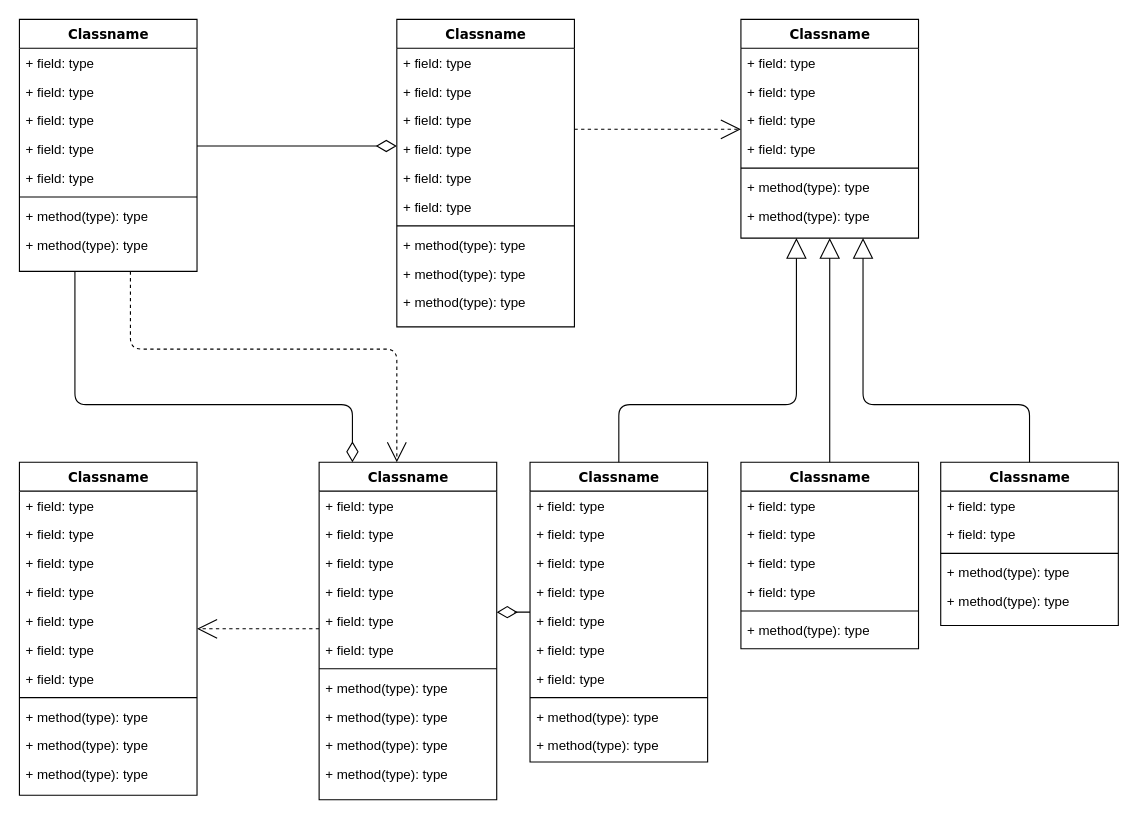
Above: Untitled Diagram.drawio in 974steph/draw.io (draw.io), before the change. Source tidied: cells renumbered, new cells numbered last; positions are measured from the earlier drawing's top-left corner, leaving out a move shared by most shapes. Both pictures are drawn from the tidied source at 111%, with x=0, y=0 at pixel (19, 19).
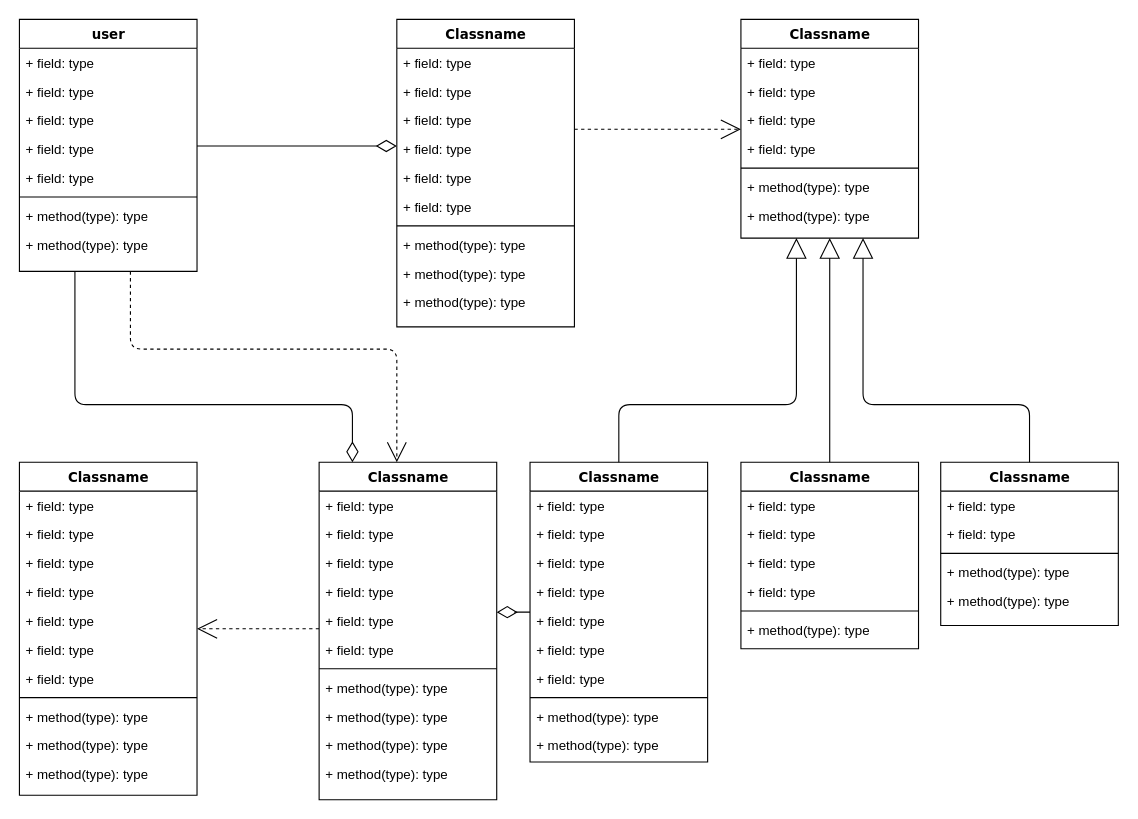
The same page after the edit.

The edit, as a diff of the source:
```diff
@@
-    <mxCell id="4" value="Classname" style="swimlane;html=1;fontStyle=1;align=center;verticalAlign=top;horizontal=1;startSize=26;swimlaneFillColor=#ffffff;rounded=0;shadow=0;comic=0;labelBackgroundColor=none;strokeWidth=1;fillColor=none;fontFamily=Verdana;fontSize=12;" parent="1" vertex="1">
+    <mxCell id="4" value="user" style="swimlane;html=1;fontStyle=1;align=center;verticalAlign=top;horizontal=1;startSize=26;swimlaneFillColor=#ffffff;rounded=0;shadow=0;comic=0;labelBackgroundColor=none;strokeWidth=1;fillColor=none;fontFamily=Verdana;fontSize=12;" parent="1" vertex="1">
       <mxGeometry width="160" height="227" as="geometry" />
     </mxCell>
```
